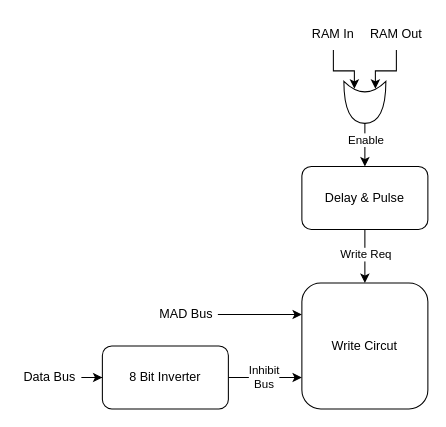
Before: page "Write" (4 of 4) of General/Magnetic Memory.drawio in omzz15/Magnetic-Memory, a draw.io diagram. Source tidied: cells renumbered, new cells numbered last; positions are measured from the earlier drawing's top-left corner, leaving out a move shared by most shapes. Both pictures are drawn from the tidied source at 105%, with x=0, y=0 at pixel (18, 18).
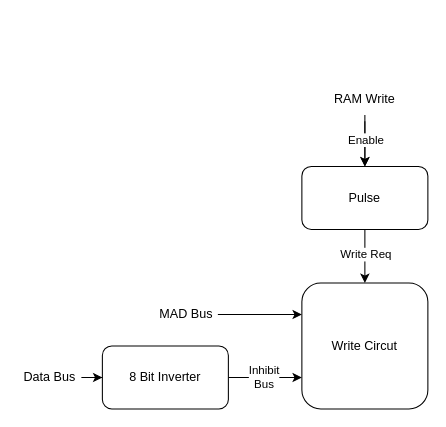
Above is the later version.

The edit, as a diff of the source:
```diff
@@
+    <mxCell id="20" style="edgeStyle=orthogonalEdgeStyle;rounded=0;jettySize=auto;html=1;entryX=0.5;entryY=0;entryDx=0;entryDy=0;" parent="1" edge="1" source="6" target="19">
+      <mxGeometry relative="1" as="geometry" />
+    </mxCell>
@@
-    <mxCell id="5" style="shape=xor;whiteSpace=wrap;html=1;rotation=90;" parent="1" vertex="1">
-      <mxGeometry x="310" y="60" width="40" height="40" as="geometry" />
-    </mxCell>
-    <mxCell id="6" value="RAM In" style="text;html=1;strokeColor=none;fillColor=none;align=center;verticalAlign=middle;whiteSpace=wrap;rounded=0;" parent="1" vertex="1">
-      <mxGeometry x="270" width="60" height="30" as="geometry" />
+    <mxCell id="6" value="RAM Write" style="text;html=1;strokeColor=none;fillColor=none;align=center;verticalAlign=middle;whiteSpace=wrap;rounded=0;" parent="1" vertex="1">
+      <mxGeometry x="300" y="62" width="60" height="30" as="geometry" />
     </mxCell>
-    <mxCell id="7" value="RAM Out" style="text;html=1;strokeColor=none;fillColor=none;align=center;verticalAlign=middle;whiteSpace=wrap;rounded=0;" parent="1" vertex="1">
-      <mxGeometry x="330" width="60" height="30" as="geometry" />
-    </mxCell>
-    <mxCell id="8" style="edgeStyle=orthogonalEdgeStyle;rounded=0;jettySize=auto;html=1;entryX=0.175;entryY=0.75;entryDx=0;entryDy=0;entryPerimeter=0;" parent="1" edge="1" source="6" target="5">
-      <mxGeometry relative="1" as="geometry" />
-    </mxCell>
-    <mxCell id="9" style="edgeStyle=orthogonalEdgeStyle;rounded=0;jettySize=auto;html=1;entryX=0.175;entryY=0.25;entryDx=0;entryDy=0;entryPerimeter=0;" parent="1" edge="1" source="7" target="5">
-      <mxGeometry relative="1" as="geometry" />
-    </mxCell>
@@
-    <mxCell id="19" value="Delay &amp;amp; Pulse" style="rounded=1;whiteSpace=wrap;html=1;" parent="1" vertex="1">
+    <mxCell id="19" value="Pulse" style="rounded=1;whiteSpace=wrap;html=1;" parent="1" vertex="1">
       <mxGeometry x="270" y="141" width="120" height="60" as="geometry" />
     </mxCell>
+    <mxCell id="21" style="edgeStyle=orthogonalEdgeStyle;rounded=0;jettySize=auto;html=1;entryX=-0.003;entryY=0.481;entryDx=0;entryDy=0;entryPerimeter=0;" parent="1" edge="1" source="6">
+      <mxGeometry relative="1" as="geometry">
+        <Array as="points">
+          <mxPoint x="330" y="106" />
+          <mxPoint x="360" y="106" />
+        </Array>
+      </mxGeometry>
+    </mxCell>
```
